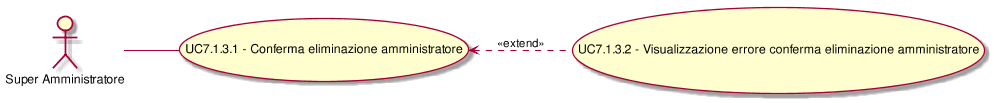
CoCodeSWE/Docs keeps this PlantUML diagram as RR/Esterni/AnalisiDeiRequisiti/images/UseCaseUC713.png. Above is the earlier version.
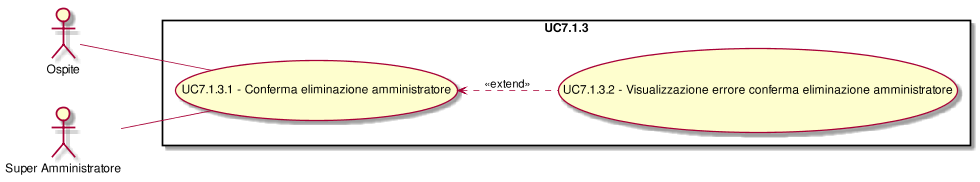
After the change.

What changed in the source:
```diff
@@ -1,8 +1,16 @@
 @startuml
 scale 1000*1000
 left to right direction
+skinparam packageStyle rect
+:Ospite:
+:Super Amministratore:
+rectangle UC7.1.3{
 (UC7.1.3.1) <.. (UC7.1.3.2): <<extend>>
+( UC7.1.3.1 - Conferma eliminazione amministratore ) as (UC7.1.3.1)
+:Ospite:--(UC7.1.3.1)
 ( UC7.1.3.1 - Conferma eliminazione amministratore ) as (UC7.1.3.1)
 :Super Amministratore:--(UC7.1.3.1)
 ( UC7.1.3.2 - Visualizzazione errore conferma eliminazione amministratore ) as (UC7.1.3.2)
+( UC7.1.3.2 - Visualizzazione errore conferma eliminazione amministratore ) as (UC7.1.3.2)
+}
 @enduml
```
